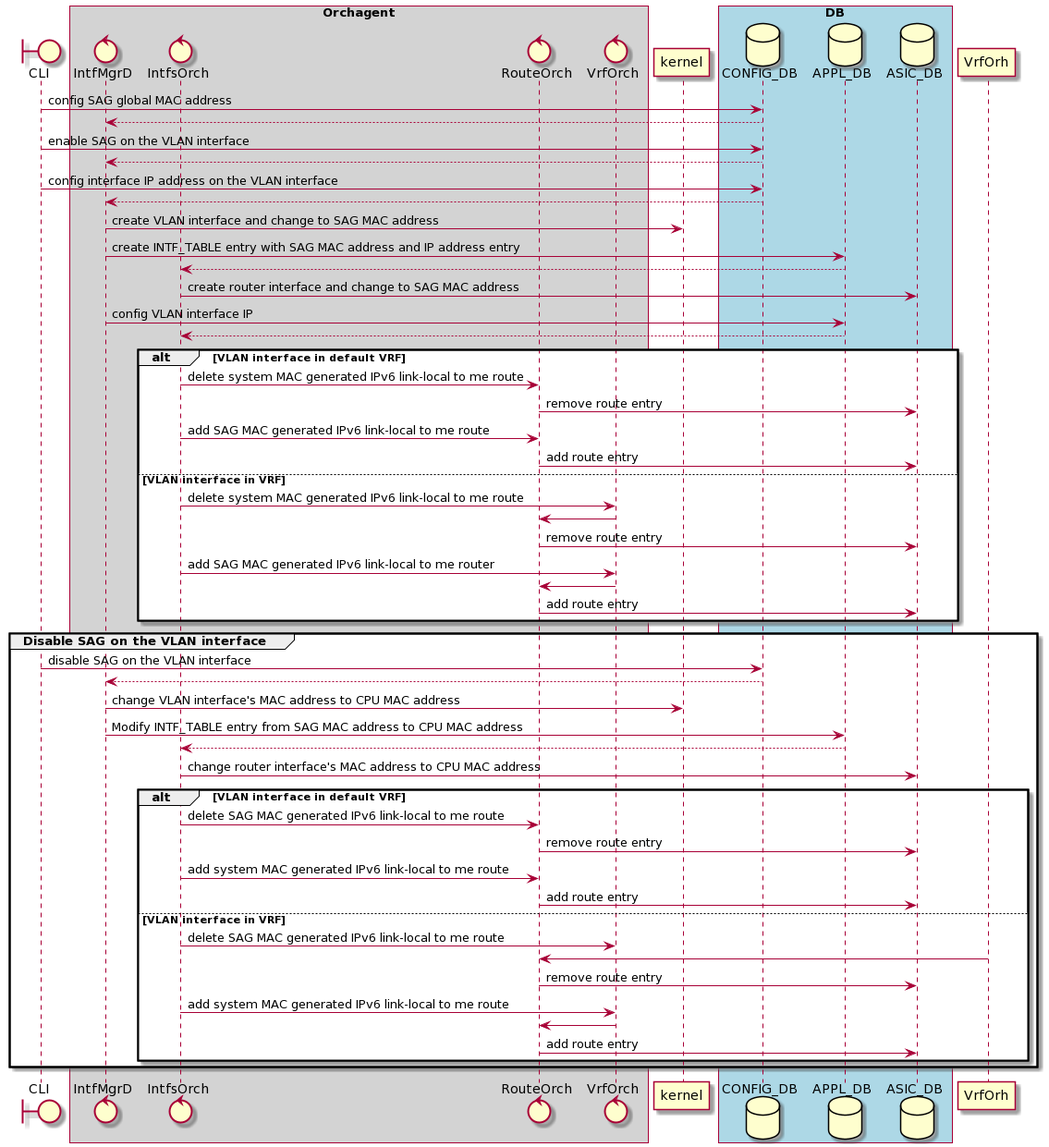
Before: doc/sag/images/sag-flow.png, a diagram exported from PlantUML (sonic-net/SONiC).
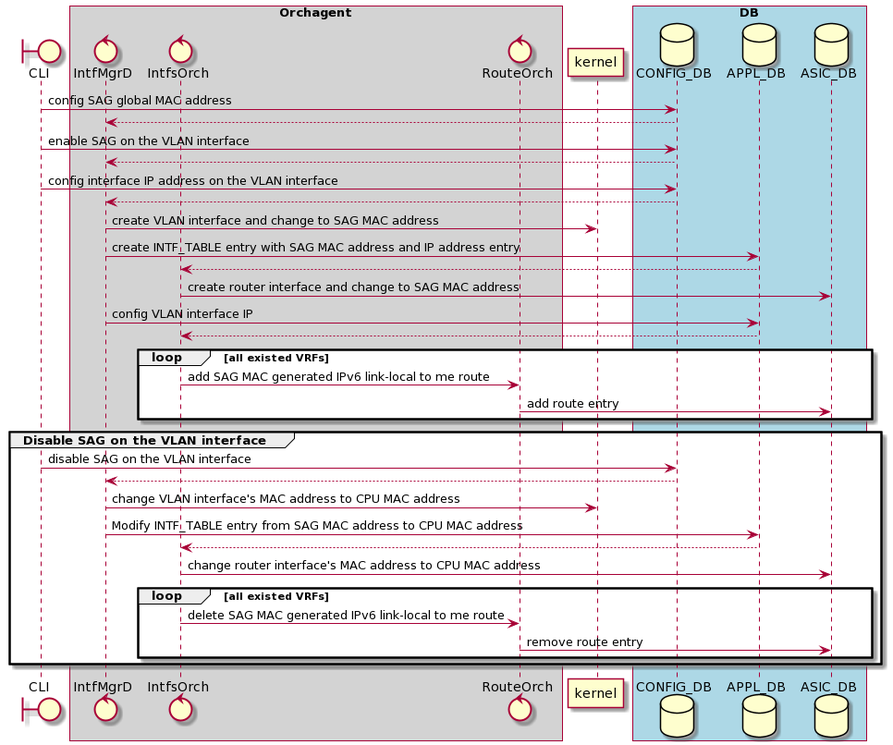
The same diagram one commit later.

The edit, as a diff of the source:
```diff
@@ -4,7 +4,6 @@
     control IntfMgrD
     control IntfsOrch
     control RouteOrch
-    control VrfOrch
 end box
 participant kernel
 box "DB" #LightBlue
@@ -25,19 +24,12 @@
 IntfsOrch -> ASIC_DB: create router interface and change to SAG MAC address
 IntfMgrD -> APPL_DB: config VLAN interface IP
 IntfsOrch <-- APPL_DB
-alt VLAN interface in default VRF
-    IntfsOrch -> RouteOrch: delete system MAC generated IPv6 link-local to me route
-    RouteOrch -> ASIC_DB: remove route entry
+
+loop all existed VRFs
     IntfsOrch -> RouteOrch: add SAG MAC generated IPv6 link-local to me route
     RouteOrch -> ASIC_DB: add route entry
-else VLAN interface in VRF
-    IntfsOrch -> VrfOrch: delete system MAC generated IPv6 link-local to me route
-    VrfOrch -> RouteOrch
-    RouteOrch -> ASIC_DB: remove route entry
-    IntfsOrch -> VrfOrch: add SAG MAC generated IPv6 link-local to me router
-    VrfOrch -> RouteOrch
-    RouteOrch -> ASIC_DB: add route entry
 end
+
 group Disable SAG on the VLAN interface
     UI -> CONFIG_DB: disable SAG on the VLAN interface
     IntfMgrD <-- CONFIG_DB
@@ -45,18 +37,9 @@
     IntfMgrD -> APPL_DB: Modify INTF_TABLE entry from SAG MAC address to CPU MAC address
     IntfsOrch <-- APPL_DB
     IntfsOrch -> ASIC_DB: change router interface's MAC address to CPU MAC address
-    alt VLAN interface in default VRF
+    loop all existed VRFs
         IntfsOrch -> RouteOrch: delete SAG MAC generated IPv6 link-local to me route
         RouteOrch -> ASIC_DB: remove route entry
-        IntfsOrch -> RouteOrch: add system MAC generated IPv6 link-local to me route
-        RouteOrch -> ASIC_DB: add route entry
-    else VLAN interface in VRF
-        IntfsOrch -> VrfOrch: delete SAG MAC generated IPv6 link-local to me route
-        VrfOrh -> RouteOrch
-        RouteOrch -> ASIC_DB: remove route entry
-        IntfsOrch -> VrfOrch: add system MAC generated IPv6 link-local to me route
-        VrfOrch -> RouteOrch
-        RouteOrch -> ASIC_DB: add route entry
     end
 end
 @enduml
```
